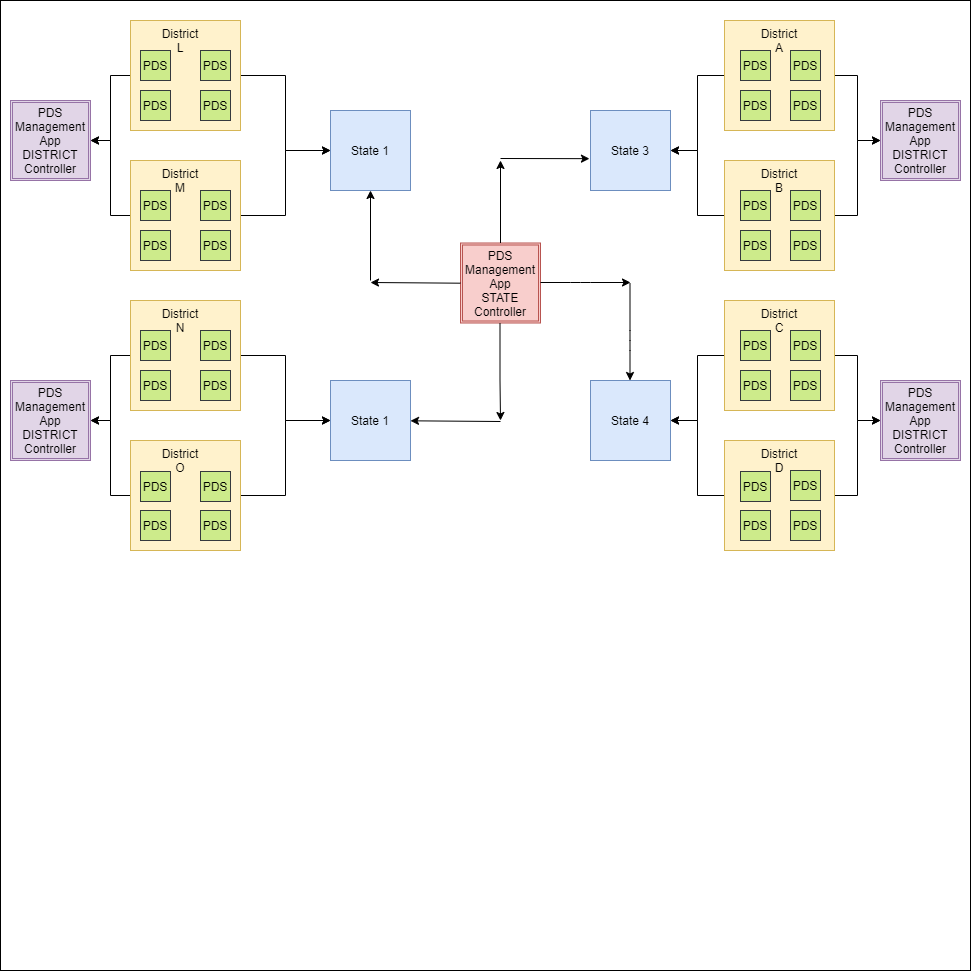
Before: Architecture.png, a diagram exported from draw.io (gswain3316/pdsmanagement). Source tidied: cells renumbered, new cells last; positions are measured from the earlier drawing's top-left corner, leaving out a move shared by most shapes.
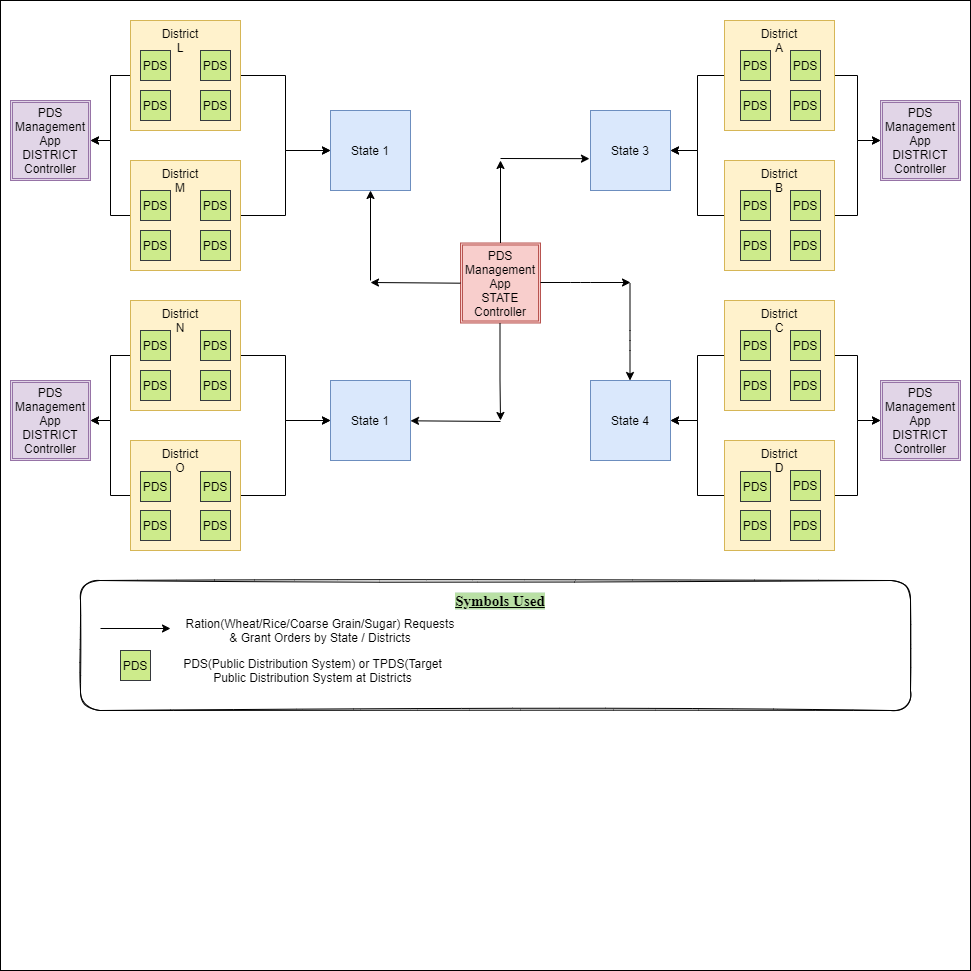
The same diagram one commit later.

What changed in the source:
```diff
@@ -277,5 +277,26 @@
     <mxCell id="83" value="PDS Management App&lt;br&gt;DISTRICT Controller" style="shape=ext;double=1;whiteSpace=wrap;html=1;fillColor=#e1d5e7;strokeColor=#9673a6;" parent="1" vertex="1">
       <mxGeometry x="880" y="380" width="80" height="80" as="geometry" />
     </mxCell>
+    <mxCell id="84" style="rounded=1;whiteSpace=wrap;html=1;shadow=0;sketch=1;glass=0;fillStyle=solid;fontFamily=Times New Roman;labelBackgroundColor=#D5E8D4;" parent="1" vertex="1">
+      <mxGeometry x="80" y="580" width="830" height="130" as="geometry" />
+    </mxCell>
+    <mxCell id="85" style="endArrow=classic;html=1;" parent="1" edge="1">
+      <mxGeometry relative="1" as="geometry">
+        <mxPoint x="100" y="628" as="sourcePoint" />
+        <mxPoint x="170" y="628" as="targetPoint" />
+      </mxGeometry>
+    </mxCell>
+    <mxCell id="86" value="Ration(Wheat/Rice/Coarse Grain/Sugar) Requests &amp;amp; Grant Orders by State / Districts" style="text;html=1;strokeColor=none;fillColor=none;align=center;verticalAlign=middle;whiteSpace=wrap;rounded=0;" parent="1" vertex="1">
+      <mxGeometry x="180" y="620" width="280" height="20" as="geometry" />
+    </mxCell>
+    <mxCell id="87" value="PDS" style="whiteSpace=wrap;html=1;fillColor=#cdeb8b;strokeColor=#36393d;" parent="1" vertex="1">
+      <mxGeometry x="120" y="650" width="30" height="30" as="geometry" />
+    </mxCell>
+    <mxCell id="88" value="PDS(Public Distribution System) or TPDS(Target Public Distribution System at Districts" style="text;html=1;strokeColor=none;fillColor=none;align=center;verticalAlign=middle;whiteSpace=wrap;rounded=0;" parent="1" vertex="1">
+      <mxGeometry x="165" y="660" width="295" height="20" as="geometry" />
+    </mxCell>
+    <mxCell id="89" value="&lt;b style=&quot;font-size: 15px;&quot;&gt;&lt;u style=&quot;background-color: rgb(185, 224, 165); font-size: 15px;&quot;&gt;&lt;font style=&quot;font-size: 15px;&quot;&gt;Symbols Used&lt;/font&gt;&lt;/u&gt;&lt;/b&gt;" style="text;html=1;strokeColor=none;fillColor=none;align=center;verticalAlign=middle;whiteSpace=wrap;rounded=0;shadow=0;glass=0;labelBackgroundColor=#D5E8D4;sketch=1;fontFamily=Times New Roman;fontSize=15;" parent="1" vertex="1">
+      <mxGeometry x="450" y="590" width="100" height="20" as="geometry" />
+    </mxCell>
   </root>
 </mxGraphModel>
```
